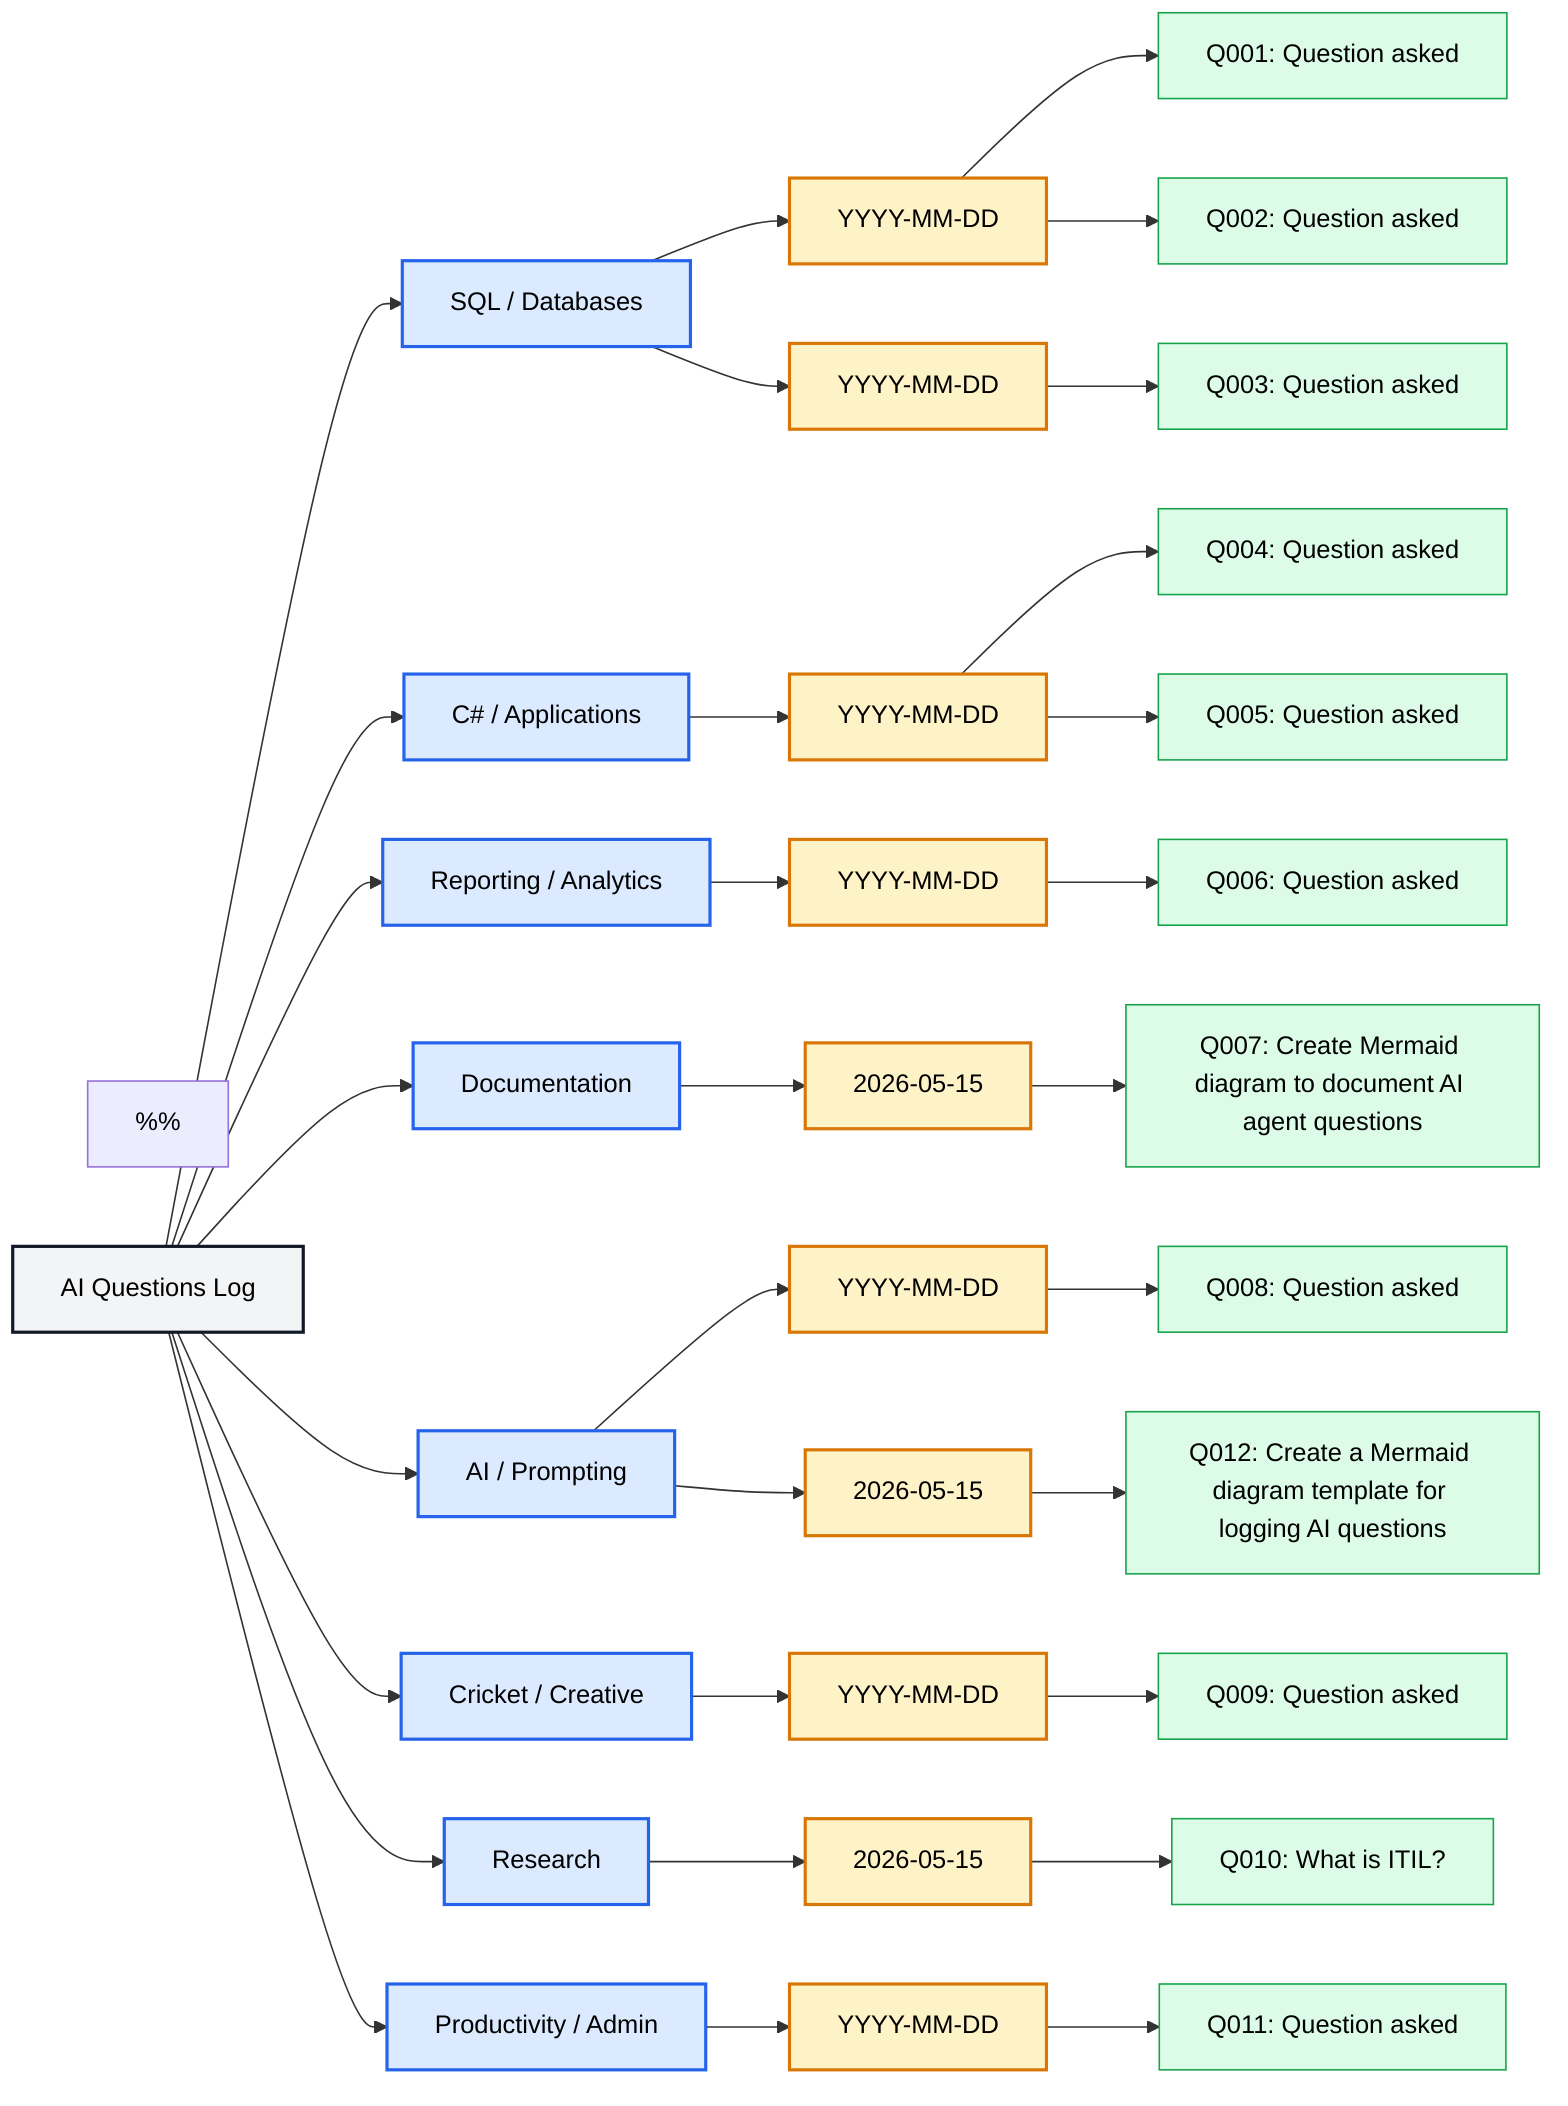
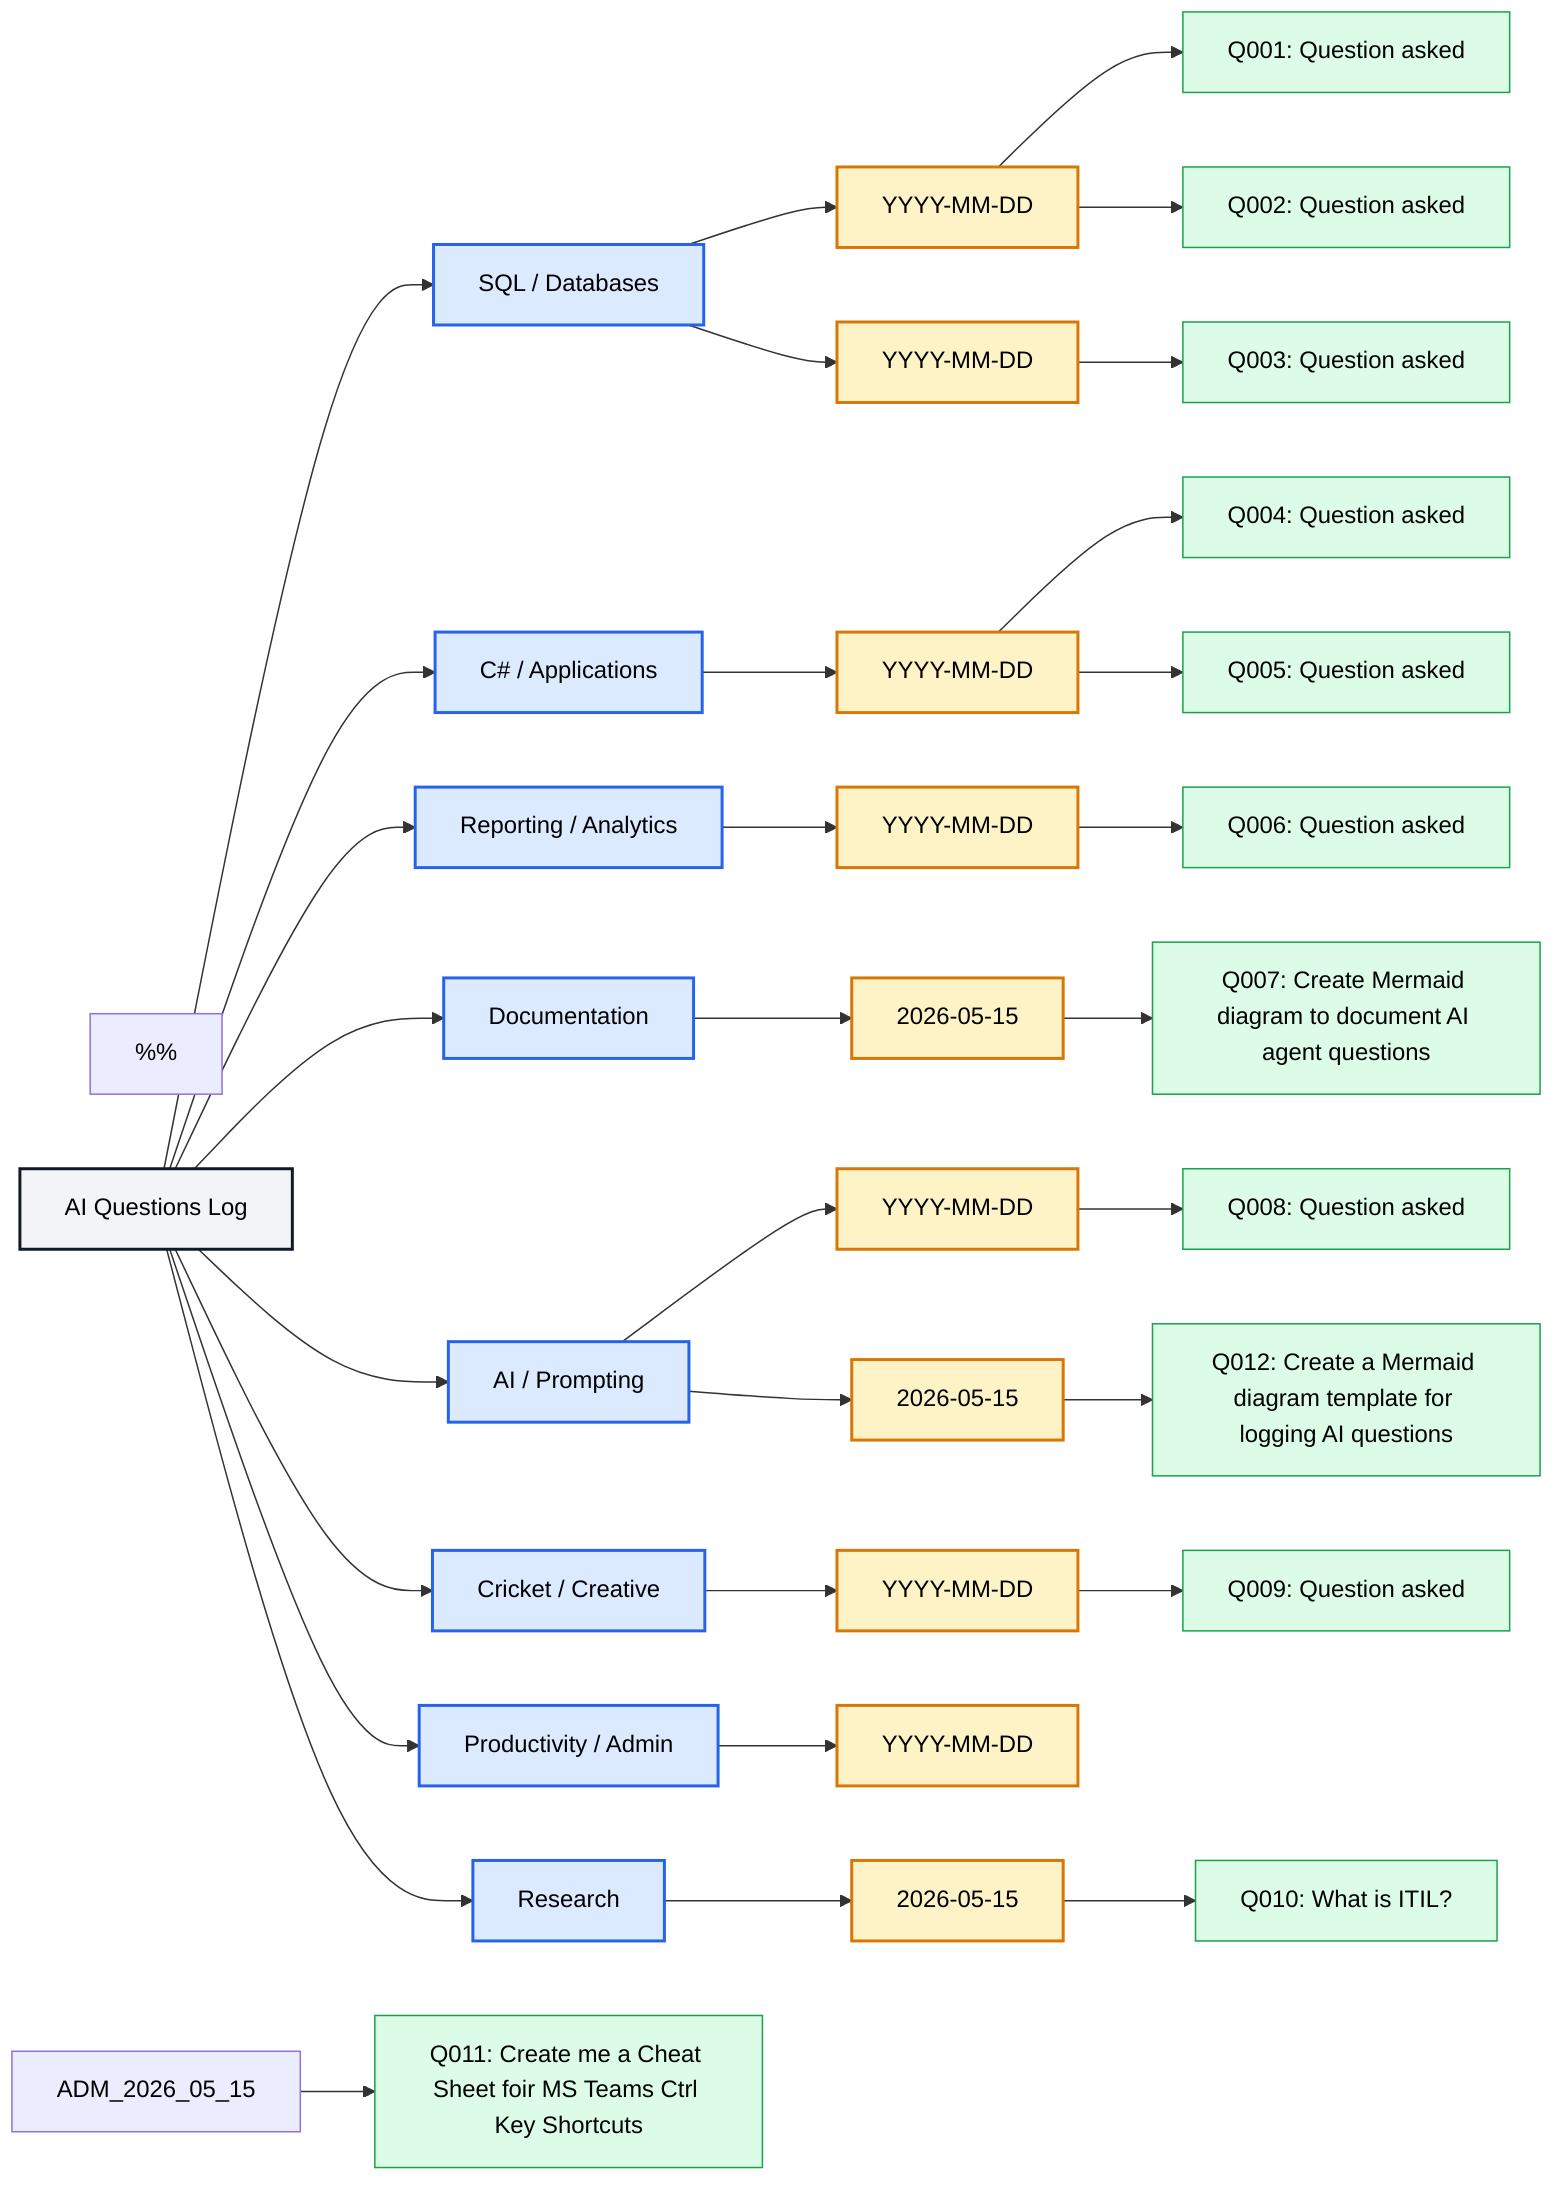
flowchart LR

    %% ============================================================
    %% AI Questions Log
    %% ============================================================
    %% Purpose:
    %% Visually record questions asked to AI assistants.
    %%
    %% Structure:
    %% Topic → Date → Questions
    %%
    %% How to use:
    %% 1. Add new topics under "Main Topics"
    %% 2. Add dates under the relevant topic
    %% 3. Add questions under the relevant date
    %% 4. Keep Q numbers unique across the whole diagram
    %% ============================================================

    %% ============================================================
    %% Root
    %% ============================================================

    Log[AI Questions Log]
    %% Main Topics
    %% ============================================================

    Log --> SQL[SQL / Databases]
    Log --> CSharp[C# / Applications]
    Log --> Reporting[Reporting / Analytics]
    Log --> Docs[Documentation]
    Log --> Prompting[AI / Prompting]
    Log --> Creative[Cricket / Creative]
    Log --> Research[Research]
    Log --> Admin[Productivity / Admin]

    %% ============================================================
    %% SQL / Databases
    %% ============================================================

    SQL --> SQL_YYYY_MM_DD[YYYY-MM-DD]
    SQL_YYYY_MM_DD --> SQL_Q001["Q001: Question asked"]
    SQL_YYYY_MM_DD --> SQL_Q002["Q002: Question asked"]

    SQL --> SQL_YYYY_MM_DD_2[YYYY-MM-DD]
    SQL_YYYY_MM_DD_2 --> SQL_Q003["Q003: Question asked"]

    %% ============================================================
    %% C# / Applications
    %% ============================================================

    CSharp --> CS_YYYY_MM_DD[YYYY-MM-DD]
    CS_YYYY_MM_DD --> CS_Q004["Q004: Question asked"]
    CS_YYYY_MM_DD --> CS_Q005["Q005: Question asked"]

    %% ============================================================
    %% Reporting / Analytics
    %% ============================================================

    Reporting --> REP_YYYY_MM_DD[YYYY-MM-DD]
    REP_YYYY_MM_DD --> REP_Q006["Q006: Question asked"]

    %% ============================================================
    %% Documentation
    %% ============================================================

    Docs --> DOC_2026_05_15[2026-05-15]
    DOC_2026_05_15 --> DOC_Q007["Q007: Create Mermaid diagram to document AI agent questions"]

    %% ============================================================
    %% AI / Prompting
    %% ============================================================

    Prompting --> AI_YYYY_MM_DD[YYYY-MM-DD]
    AI_YYYY_MM_DD --> AI_Q008["Q008: Question asked"]

    %% ============================================================
    %% Cricket / Creative
    %% ============================================================

    Creative --> CRE_YYYY_MM_DD[YYYY-MM-DD]
    CRE_YYYY_MM_DD --> CRE_Q009["Q009: Question asked"]

    %% ============================================================
    %% Research
    %% ============================================================

    Research --> RES_2026_05_15[2026-05-15]
    RES_2026_05_15 --> RES_Q010["Q010: What is ITIL?"]

    %% ============================================================
    %% Productivity / Admin
    %% ============================================================

    Admin --> ADM_YYYY_MM_DD[YYYY-MM-DD]
-     ADM_YYYY_MM_DD --> ADM_Q011["Q011: Question asked"]
+     ADM_2026_05_15 --> ADM_Q011["Q011: Create me a Cheat Sheet foir MS Teams Ctrl Key Shortcuts"]

    %% ============================================================
    %% Current Example Entry
    %% You can delete this section if you want the template fully blank
    %% ============================================================

    Prompting --> AI_2026_05_15[2026-05-15]
    AI_2026_05_15 --> AI_Q012["Q012: Create a Mermaid diagram template for logging AI questions"]

    %% ============================================================
    %% Styling
    %% ============================================================

    classDef root fill:#f3f4f6,stroke:#111827,stroke-width:2px,color:#000;
    classDef topic fill:#dbeafe,stroke:#2563eb,stroke-width:2px,color:#000;
    classDef date fill:#fef3c7,stroke:#d97706,stroke-width:2px,color:#000;
    classDef question fill:#dcfce7,stroke:#16a34a,stroke-width:1px,color:#000;

    %% ============================================================
    %% Apply Styling
    %% ============================================================

    class Log root;

    class SQL,CSharp,Reporting,Docs,Prompting,Creative,Research,Admin topic;

    class SQL_YYYY_MM_DD,SQL_YYYY_MM_DD_2,CS_YYYY_MM_DD,REP_YYYY_MM_DD,DOC_2026_05_15,AI_YYYY_MM_DD,CRE_YYYY_MM_DD,RES_2026_05_15,ADM_YYYY_MM_DD,AI_2026_05_15 date;

    class SQL_Q001,SQL_Q002,SQL_Q003,CS_Q004,CS_Q005,REP_Q006,DOC_Q007,AI_Q008,CRE_Q009,RES_Q010,ADM_Q011,AI_Q012 question;
